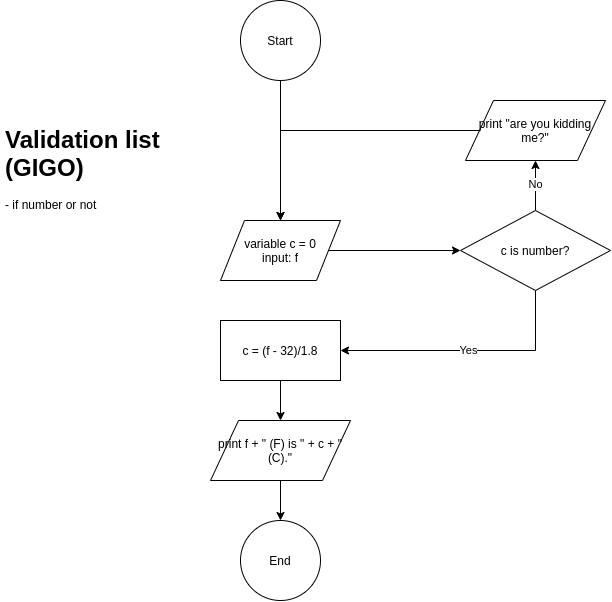
This is FahToCel.png from stsiwo/FlowCharts_IRC110, a draw.io export, as it was before one commit. Source tidied: cells renumbered, new cells last; positions are measured from the earlier drawing's top-left corner, leaving out a move shared by most shapes.
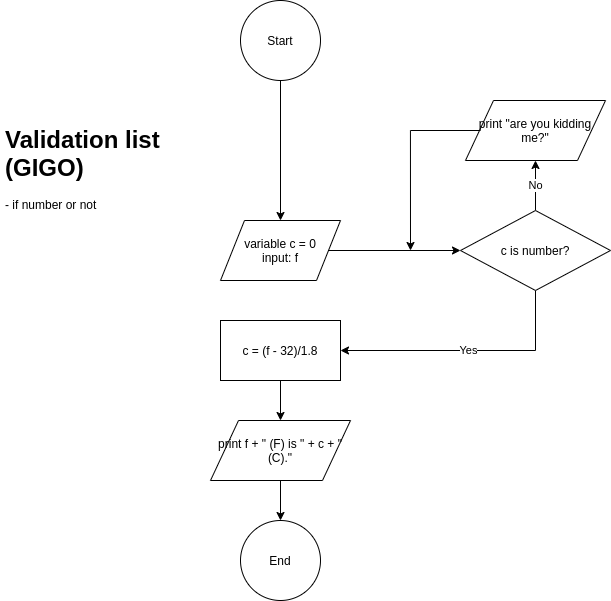
The same diagram one commit later.

Diff of the diagram source:
```diff
@@ -48,8 +48,10 @@
     <mxCell id="15" value="c is number?" style="rhombus;whiteSpace=wrap;html=1;" parent="1" vertex="1">
       <mxGeometry x="460" y="210" width="150" height="80" as="geometry" />
     </mxCell>
-    <mxCell id="16" style="edgeStyle=orthogonalEdgeStyle;rounded=0;jettySize=auto;html=1;entryX=0.5;entryY=0;entryDx=0;entryDy=0;" parent="1" edge="1" source="17" target="5">
-      <mxGeometry relative="1" as="geometry" />
+    <mxCell id="16" style="edgeStyle=orthogonalEdgeStyle;rounded=0;jettySize=auto;html=1;" parent="1" edge="1" source="17">
+      <mxGeometry relative="1" as="geometry">
+        <mxPoint x="410" y="250" as="targetPoint" />
+      </mxGeometry>
     </mxCell>
     <mxCell id="17" value="print &quot;are you kidding me?&quot;" style="shape=parallelogram;perimeter=parallelogramPerimeter;whiteSpace=wrap;html=1;" parent="1" vertex="1">
       <mxGeometry x="465" y="100" width="140" height="60" as="geometry" />
```
